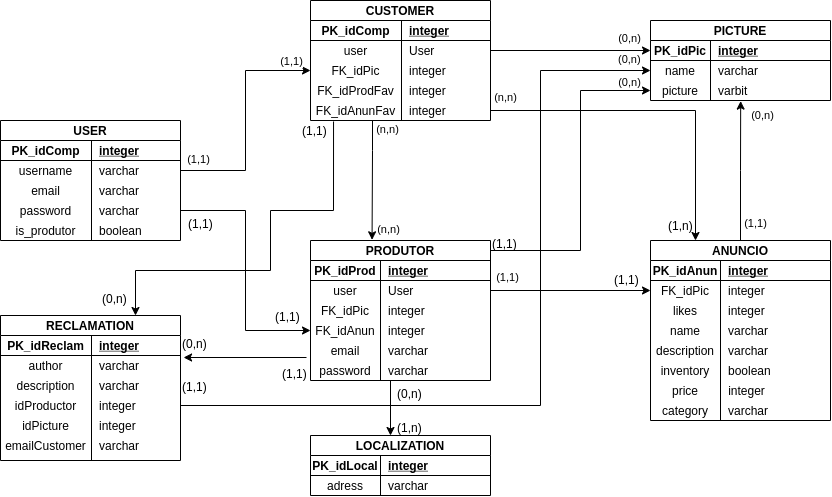
fga-eps-mds/2020.2-Hortum keeps this draw.io diagram as docs/img/diagrama_banco_de_dados.png. Above is the earlier version. Source tidied: cells renumbered, new cells last; positions are measured from the earlier drawing's top-left corner, leaving out a move shared by most shapes.
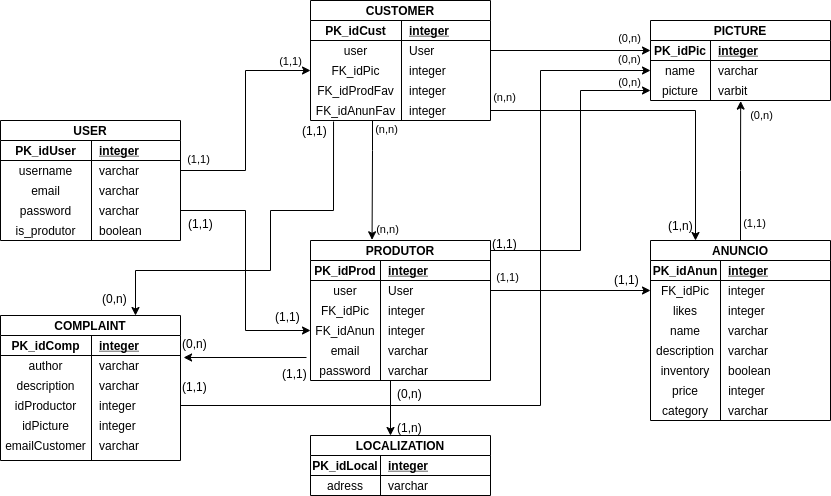
The same diagram one commit later.

Change to the diagram source:
```diff
@@ -38,7 +38,7 @@
     <mxCell id="13" style="shape=partialRectangle;fillColor=none;top=0;left=0;bottom=1;right=0;" parent="12" vertex="1">
       <mxGeometry y="20" width="180" height="20" as="geometry" />
     </mxCell>
-    <mxCell id="14" value="PK_idComp" style="shape=partialRectangle;fillColor=none;top=0;left=0;bottom=0;right=0;fontStyle=1;overflow=hidden;" parent="13" vertex="1">
+    <mxCell id="14" value="PK_idCust" style="shape=partialRectangle;fillColor=none;top=0;left=0;bottom=0;right=0;fontStyle=1;overflow=hidden;" parent="13" vertex="1">
       <mxGeometry width="91" height="20" as="geometry" />
     </mxCell>
     <mxCell id="15" value="integer" style="shape=partialRectangle;fillColor=none;top=0;left=0;bottom=0;right=0;align=left;spacingLeft=6;fontStyle=5;overflow=hidden;" parent="13" vertex="1">
@@ -236,7 +236,7 @@
     <mxCell id="79" style="shape=partialRectangle;fillColor=none;top=0;left=0;bottom=1;right=0;" parent="78" vertex="1">
       <mxGeometry y="20" width="180" height="20" as="geometry" />
     </mxCell>
-    <mxCell id="80" value="PK_idComp" style="shape=partialRectangle;fillColor=none;top=0;left=0;bottom=0;right=0;fontStyle=1;overflow=hidden;" parent="79" vertex="1">
+    <mxCell id="80" value="PK_idUser" style="shape=partialRectangle;fillColor=none;top=0;left=0;bottom=0;right=0;fontStyle=1;overflow=hidden;" parent="79" vertex="1">
       <mxGeometry width="91" height="20" as="geometry" />
     </mxCell>
     <mxCell id="81" value="integer" style="shape=partialRectangle;fillColor=none;top=0;left=0;bottom=0;right=0;align=left;spacingLeft=6;fontStyle=5;overflow=hidden;" parent="79" vertex="1">
@@ -391,13 +391,13 @@
         <mxPoint x="134" y="84" as="offset" />
       </mxGeometry>
     </mxCell>
-    <mxCell id="119" value="RECLAMATION" style="shape=table;startSize=20;rowLines=0;fontStyle=1;align=center;strokeColor=#000000;" parent="1" vertex="1">
+    <mxCell id="119" value="COMPLAINT" style="shape=table;startSize=20;rowLines=0;fontStyle=1;align=center;strokeColor=#000000;" parent="1" vertex="1">
       <mxGeometry y="315" width="180" height="145" as="geometry" />
     </mxCell>
     <mxCell id="120" style="shape=partialRectangle;fillColor=none;top=0;left=0;bottom=1;right=0;" parent="119" vertex="1">
       <mxGeometry y="20" width="180" height="20" as="geometry" />
     </mxCell>
-    <mxCell id="121" value="PK_idReclam" style="shape=partialRectangle;fillColor=none;top=0;left=0;bottom=0;right=0;fontStyle=1;overflow=hidden;" parent="120" vertex="1">
+    <mxCell id="121" value="PK_idComp" style="shape=partialRectangle;fillColor=none;top=0;left=0;bottom=0;right=0;fontStyle=1;overflow=hidden;" parent="120" vertex="1">
       <mxGeometry width="91" height="20" as="geometry" />
     </mxCell>
     <mxCell id="122" value="integer" style="shape=partialRectangle;fillColor=none;top=0;left=0;bottom=0;right=0;align=left;spacingLeft=6;fontStyle=5;overflow=hidden;" parent="120" vertex="1">
```
